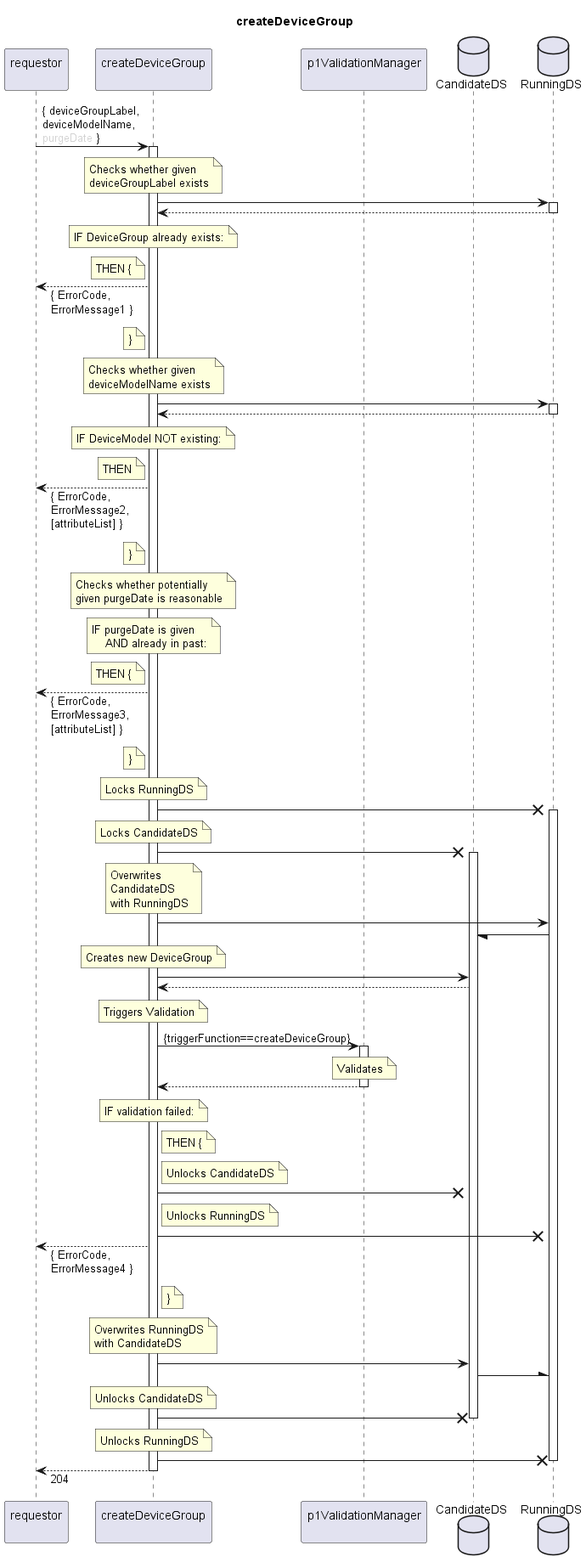
This is spec/Services/createDeviceGroup/1.0.0/createDeviceGroup.png from openBackhaul/FirmWareManager, a PlantUML export, as it was before one commit.
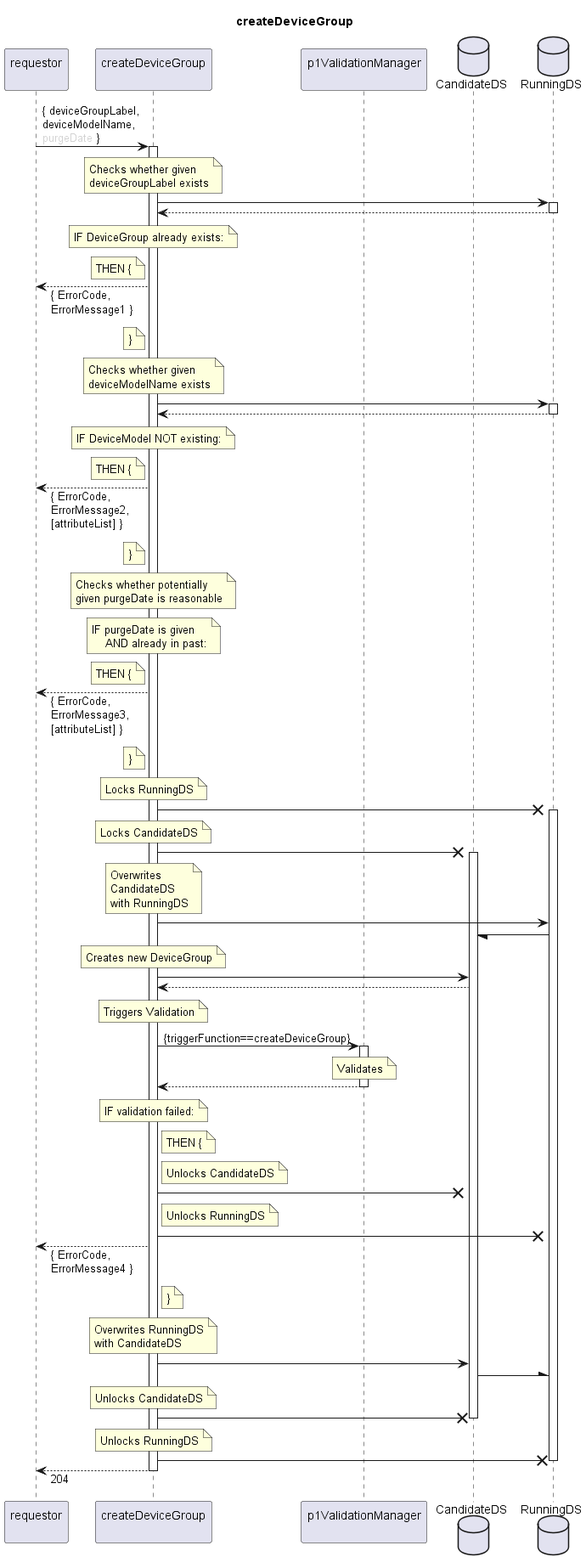
After the change.

What changed in the source:
```diff
@@ -46,7 +46,7 @@
     IF DeviceModel NOT existing:
   end note
   note left indServ
-    THEN
+    THEN {
   end note
   requestor <-- indServ: { ErrorCode,\nErrorMessage2,\n[attributeList] }
   note left indServ
```
